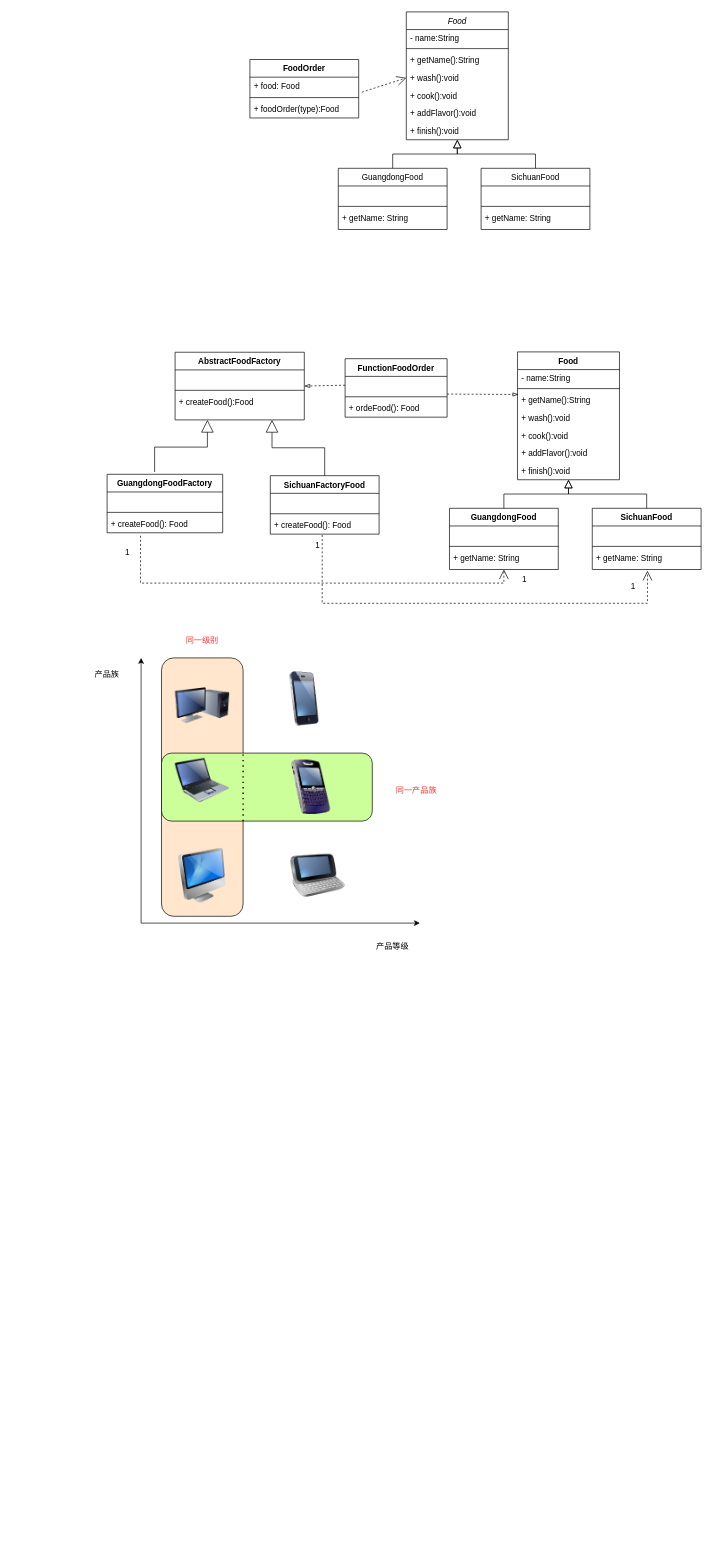
Before: pattern_design.drawio in choustark/j_pattern, a draw.io diagram. Source tidied: cells renumbered, new cells numbered last; positions are measured from the earlier drawing's top-left corner, leaving out a move shared by most shapes. Both pictures are drawn from the tidied source at 68%, with x=0, y=0 at pixel (86, 12).
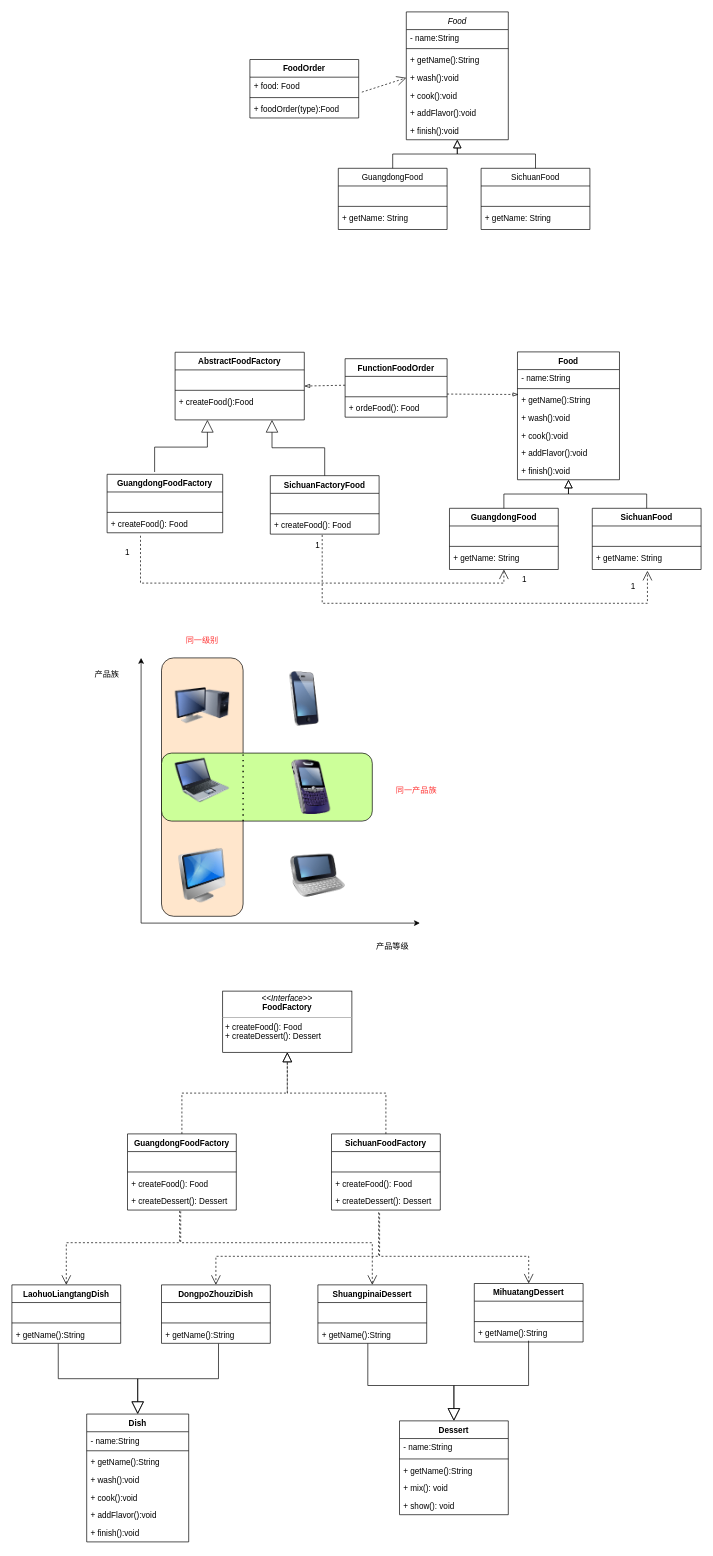
After the change.

What changed in the source:
```diff
@@
+    <mxCell id="84" value="&lt;p style=&quot;margin:0px;margin-top:4px;text-align:center;&quot;&gt;&lt;i&gt;&amp;lt;&amp;lt;Interface&amp;gt;&amp;gt;&lt;/i&gt;&lt;br&gt;&lt;b&gt;FoodFactory&lt;/b&gt;&lt;/p&gt;&lt;hr size=&quot;1&quot;&gt;&lt;p style=&quot;margin:0px;margin-left:4px;&quot;&gt;&lt;span style=&quot;background-color: initial;&quot;&gt;+ createFood(): Food&lt;/span&gt;&lt;br&gt;&lt;/p&gt;&lt;p style=&quot;margin:0px;margin-left:4px;&quot;&gt;+ createDessert(): Dessert&lt;/p&gt;" style="verticalAlign=top;align=left;overflow=fill;fontSize=12;fontFamily=Helvetica;html=1;labelBackgroundColor=none;strokeColor=#000000;fontColor=#000000;fillColor=#FFFFFF;" parent="1" vertex="1">
+      <mxGeometry x="200" y="1440" width="190" height="90" as="geometry" />
+    </mxCell>
+    <mxCell id="85" style="endArrow=block;dashed=1;endFill=0;endSize=12;html=1;rounded=0;fontColor=#000000;elbow=vertical;entryX=0.5;entryY=1;entryDx=0;entryDy=0;edgeStyle=orthogonalEdgeStyle;exitX=0.5;exitY=0;exitDx=0;exitDy=0;" parent="1" edge="1" source="87" target="84">
+      <mxGeometry relative="1" as="geometry" />
+    </mxCell>
+    <mxCell id="86" style="endArrow=block;dashed=1;endFill=0;endSize=12;html=1;rounded=0;fontColor=#000000;elbow=vertical;entryX=0.5;entryY=1;entryDx=0;entryDy=0;edgeStyle=orthogonalEdgeStyle;exitX=0.5;exitY=0;exitDx=0;exitDy=0;" parent="1" edge="1" source="92" target="84">
+      <mxGeometry relative="1" as="geometry">
+        <Array as="points">
+          <mxPoint x="440" y="1590" />
+          <mxPoint x="295" y="1590" />
+        </Array>
+      </mxGeometry>
+    </mxCell>
+    <mxCell id="87" value="GuangdongFoodFactory" style="swimlane;fontStyle=1;align=center;verticalAlign=top;horizontal=1;startSize=26;labelBackgroundColor=none;strokeColor=#000000;fontColor=#000000;fillColor=#FFFFFF;" parent="1" vertex="1">
+      <mxGeometry x="60" y="1650" width="160" height="112" as="geometry" />
+    </mxCell>
+    <mxCell id="88" value=" " style="text;strokeColor=none;fillColor=none;align=left;verticalAlign=top;spacingLeft=4;spacingRight=4;overflow=hidden;labelBackgroundColor=none;fontColor=#000000;" parent="87" vertex="1">
+      <mxGeometry y="26" width="160" height="26" as="geometry" />
+    </mxCell>
+    <mxCell id="89" style="line;strokeWidth=1;fillColor=none;align=left;verticalAlign=middle;spacingTop=-1;spacingLeft=3;spacingRight=3;labelPosition=right;strokeColor=inherit;labelBackgroundColor=none;fontColor=#000000;" parent="87" vertex="1">
+      <mxGeometry y="52" width="160" height="8" as="geometry" />
+    </mxCell>
+    <mxCell id="90" value="+ createFood(): Food" style="text;strokeColor=none;fillColor=none;align=left;verticalAlign=top;spacingLeft=4;spacingRight=4;overflow=hidden;labelBackgroundColor=none;fontColor=#000000;" parent="87" vertex="1">
+      <mxGeometry y="60" width="160" height="26" as="geometry" />
+    </mxCell>
+    <mxCell id="91" value="+ createDessert(): Dessert" style="text;strokeColor=none;fillColor=none;align=left;verticalAlign=top;spacingLeft=4;spacingRight=4;overflow=hidden;points=[[0,0.5],[1,0.5]];portConstraint=eastwest;labelBackgroundColor=none;fontColor=#000000;" parent="87" vertex="1">
+      <mxGeometry y="86" width="160" height="26" as="geometry" />
+    </mxCell>
+    <mxCell id="92" value="SichuanFoodFactory" style="swimlane;fontStyle=1;align=center;verticalAlign=top;horizontal=1;startSize=26;labelBackgroundColor=none;strokeColor=#000000;fontColor=#000000;fillColor=#FFFFFF;" parent="1" vertex="1">
+      <mxGeometry x="360" y="1650" width="160" height="112" as="geometry" />
+    </mxCell>
+    <mxCell id="93" value=" " style="text;strokeColor=none;fillColor=none;align=left;verticalAlign=top;spacingLeft=4;spacingRight=4;overflow=hidden;labelBackgroundColor=none;fontColor=#000000;" parent="92" vertex="1">
+      <mxGeometry y="26" width="160" height="26" as="geometry" />
+    </mxCell>
+    <mxCell id="94" style="line;strokeWidth=1;fillColor=none;align=left;verticalAlign=middle;spacingTop=-1;spacingLeft=3;spacingRight=3;labelPosition=right;strokeColor=inherit;labelBackgroundColor=none;fontColor=#000000;" parent="92" vertex="1">
+      <mxGeometry y="52" width="160" height="8" as="geometry" />
+    </mxCell>
+    <mxCell id="95" value="+ createFood(): Food" style="text;strokeColor=none;fillColor=none;align=left;verticalAlign=top;spacingLeft=4;spacingRight=4;overflow=hidden;labelBackgroundColor=none;fontColor=#000000;" parent="92" vertex="1">
+      <mxGeometry y="60" width="160" height="26" as="geometry" />
+    </mxCell>
+    <mxCell id="96" value="+ createDessert(): Dessert" style="text;strokeColor=none;fillColor=none;align=left;verticalAlign=top;spacingLeft=4;spacingRight=4;overflow=hidden;points=[[0,0.5],[1,0.5]];portConstraint=eastwest;labelBackgroundColor=none;fontColor=#000000;" parent="92" vertex="1">
+      <mxGeometry y="86" width="160" height="26" as="geometry" />
+    </mxCell>
+    <mxCell id="97" value="LaohuoLiangtangDish" style="swimlane;fontStyle=1;align=center;verticalAlign=top;horizontal=1;startSize=26;labelBackgroundColor=none;strokeColor=#000000;fontColor=#000000;fillColor=#FFFFFF;" parent="1" vertex="1">
+      <mxGeometry x="-110" y="1872" width="160" height="86" as="geometry" />
+    </mxCell>
+    <mxCell id="98" value=" " style="text;strokeColor=none;fillColor=none;align=left;verticalAlign=top;spacingLeft=4;spacingRight=4;overflow=hidden;labelBackgroundColor=none;fontColor=#000000;" parent="97" vertex="1">
+      <mxGeometry y="26" width="160" height="26" as="geometry" />
+    </mxCell>
+    <mxCell id="99" style="line;strokeWidth=1;fillColor=none;align=left;verticalAlign=middle;spacingTop=-1;spacingLeft=3;spacingRight=3;labelPosition=right;strokeColor=inherit;labelBackgroundColor=none;fontColor=#000000;" parent="97" vertex="1">
+      <mxGeometry y="52" width="160" height="8" as="geometry" />
+    </mxCell>
+    <mxCell id="100" value="+ getName():String" style="text;align=left;verticalAlign=top;spacingLeft=4;spacingRight=4;overflow=hidden;points=[[0,0.5],[1,0.5]];portConstraint=eastwest;rounded=0;shadow=0;html=0;" parent="97" vertex="1">
+      <mxGeometry y="60" width="160" height="26" as="geometry" />
+    </mxCell>
+    <mxCell id="101" value="DongpoZhouziDish" style="swimlane;fontStyle=1;align=center;verticalAlign=top;horizontal=1;startSize=26;labelBackgroundColor=none;strokeColor=#000000;fontColor=#000000;fillColor=#FFFFFF;" parent="1" vertex="1">
+      <mxGeometry x="110" y="1872" width="160" height="86" as="geometry" />
+    </mxCell>
+    <mxCell id="102" value=" " style="text;strokeColor=none;fillColor=none;align=left;verticalAlign=top;spacingLeft=4;spacingRight=4;overflow=hidden;labelBackgroundColor=none;fontColor=#000000;" parent="101" vertex="1">
+      <mxGeometry y="26" width="160" height="26" as="geometry" />
+    </mxCell>
+    <mxCell id="103" style="line;strokeWidth=1;fillColor=none;align=left;verticalAlign=middle;spacingTop=-1;spacingLeft=3;spacingRight=3;labelPosition=right;strokeColor=inherit;labelBackgroundColor=none;fontColor=#000000;" parent="101" vertex="1">
+      <mxGeometry y="52" width="160" height="8" as="geometry" />
+    </mxCell>
+    <mxCell id="104" value="+ getName():String" style="text;align=left;verticalAlign=top;spacingLeft=4;spacingRight=4;overflow=hidden;points=[[0,0.5],[1,0.5]];portConstraint=eastwest;rounded=0;shadow=0;html=0;" parent="101" vertex="1">
+      <mxGeometry y="60" width="160" height="26" as="geometry" />
+    </mxCell>
+    <mxCell id="105" value="ShuangpinaiDessert" style="swimlane;fontStyle=1;align=center;verticalAlign=top;horizontal=1;startSize=26;labelBackgroundColor=none;strokeColor=#000000;fontColor=#000000;fillColor=#FFFFFF;" parent="1" vertex="1">
+      <mxGeometry x="340" y="1872" width="160" height="86" as="geometry" />
+    </mxCell>
+    <mxCell id="106" value=" " style="text;strokeColor=none;fillColor=none;align=left;verticalAlign=top;spacingLeft=4;spacingRight=4;overflow=hidden;labelBackgroundColor=none;fontColor=#000000;" parent="105" vertex="1">
+      <mxGeometry y="26" width="160" height="26" as="geometry" />
+    </mxCell>
+    <mxCell id="107" style="line;strokeWidth=1;fillColor=none;align=left;verticalAlign=middle;spacingTop=-1;spacingLeft=3;spacingRight=3;labelPosition=right;strokeColor=inherit;labelBackgroundColor=none;fontColor=#000000;" parent="105" vertex="1">
+      <mxGeometry y="52" width="160" height="8" as="geometry" />
+    </mxCell>
+    <mxCell id="108" value="+ getName():String" style="text;align=left;verticalAlign=top;spacingLeft=4;spacingRight=4;overflow=hidden;points=[[0,0.5],[1,0.5]];portConstraint=eastwest;rounded=0;shadow=0;html=0;" parent="105" vertex="1">
+      <mxGeometry y="60" width="160" height="26" as="geometry" />
+    </mxCell>
+    <mxCell id="109" value="MihuatangDessert" style="swimlane;fontStyle=1;align=center;verticalAlign=top;horizontal=1;startSize=26;labelBackgroundColor=none;strokeColor=#000000;fontColor=#000000;fillColor=#FFFFFF;" parent="1" vertex="1">
+      <mxGeometry x="570" y="1870" width="160" height="86" as="geometry" />
+    </mxCell>
+    <mxCell id="110" value=" " style="text;strokeColor=none;fillColor=none;align=left;verticalAlign=top;spacingLeft=4;spacingRight=4;overflow=hidden;labelBackgroundColor=none;fontColor=#000000;" parent="109" vertex="1">
+      <mxGeometry y="26" width="160" height="26" as="geometry" />
+    </mxCell>
+    <mxCell id="111" style="line;strokeWidth=1;fillColor=none;align=left;verticalAlign=middle;spacingTop=-1;spacingLeft=3;spacingRight=3;labelPosition=right;strokeColor=inherit;labelBackgroundColor=none;fontColor=#000000;" parent="109" vertex="1">
+      <mxGeometry y="52" width="160" height="8" as="geometry" />
+    </mxCell>
+    <mxCell id="112" value="+ getName():String" style="text;align=left;verticalAlign=top;spacingLeft=4;spacingRight=4;overflow=hidden;points=[[0,0.5],[1,0.5]];portConstraint=eastwest;rounded=0;shadow=0;html=0;" parent="109" vertex="1">
+      <mxGeometry y="60" width="160" height="26" as="geometry" />
+    </mxCell>
+    <mxCell id="113" value="Dessert" style="swimlane;fontStyle=1;align=center;verticalAlign=top;horizontal=1;startSize=26;labelBackgroundColor=none;strokeColor=#000000;fontColor=#000000;fillColor=#FFFFFF;" parent="1" vertex="1">
+      <mxGeometry x="460" y="2072" width="160" height="138" as="geometry" />
+    </mxCell>
+    <mxCell id="114" value="- name:String&#10;" style="text;strokeColor=none;fillColor=none;align=left;verticalAlign=top;spacingLeft=4;spacingRight=4;overflow=hidden;labelBackgroundColor=none;fontColor=#000000;" parent="113" vertex="1">
+      <mxGeometry y="26" width="160" height="26" as="geometry" />
+    </mxCell>
+    <mxCell id="115" style="line;strokeWidth=1;fillColor=none;align=left;verticalAlign=middle;spacingTop=-1;spacingLeft=3;spacingRight=3;labelPosition=right;strokeColor=inherit;labelBackgroundColor=none;fontColor=#000000;" parent="113" vertex="1">
+      <mxGeometry y="52" width="160" height="8" as="geometry" />
+    </mxCell>
+    <mxCell id="116" value="+ getName():String" style="text;align=left;verticalAlign=top;spacingLeft=4;spacingRight=4;overflow=hidden;rounded=0;shadow=0;html=0;" parent="113" vertex="1">
+      <mxGeometry y="60" width="160" height="26" as="geometry" />
+    </mxCell>
+    <mxCell id="117" value="+ mix(): void" style="text;strokeColor=none;fillColor=none;align=left;verticalAlign=top;spacingLeft=4;spacingRight=4;overflow=hidden;labelBackgroundColor=none;fontColor=#000000;" parent="113" vertex="1">
+      <mxGeometry y="86" width="160" height="26" as="geometry" />
+    </mxCell>
+    <mxCell id="118" value="+ show(): void" style="text;strokeColor=none;fillColor=none;align=left;verticalAlign=top;spacingLeft=4;spacingRight=4;overflow=hidden;labelBackgroundColor=none;fontColor=#000000;" parent="113" vertex="1">
+      <mxGeometry y="112" width="160" height="26" as="geometry" />
+    </mxCell>
+    <mxCell id="119" value="Dish" style="swimlane;fontStyle=1;align=center;verticalAlign=top;horizontal=1;startSize=26;rounded=0;shadow=0;strokeWidth=1;" parent="1" vertex="1">
+      <mxGeometry y="2062" width="150" height="188" as="geometry" />
+    </mxCell>
+    <mxCell id="120" value="- name:String&#10;" style="text;align=left;verticalAlign=top;spacingLeft=4;spacingRight=4;overflow=hidden;rounded=0;shadow=0;html=0;" parent="119" vertex="1">
+      <mxGeometry y="26" width="150" height="24" as="geometry" />
+    </mxCell>
+    <mxCell id="121" style="line;html=1;strokeWidth=1;align=left;verticalAlign=middle;spacingTop=-1;spacingLeft=3;spacingRight=3;labelPosition=right;" parent="119" vertex="1">
+      <mxGeometry y="50" width="150" height="8" as="geometry" />
+    </mxCell>
+    <mxCell id="122" value="+ getName():String" style="text;align=left;verticalAlign=top;spacingLeft=4;spacingRight=4;overflow=hidden;rounded=0;shadow=0;html=0;" parent="119" vertex="1">
+      <mxGeometry y="58" width="150" height="26" as="geometry" />
+    </mxCell>
+    <mxCell id="123" value="+ wash():void" style="text;align=left;verticalAlign=top;spacingLeft=4;spacingRight=4;overflow=hidden;rounded=0;shadow=0;html=0;" parent="119" vertex="1">
+      <mxGeometry y="84" width="150" height="26" as="geometry" />
+    </mxCell>
+    <mxCell id="124" value="+ cook():void" style="text;align=left;verticalAlign=top;spacingLeft=4;spacingRight=4;overflow=hidden;rounded=0;shadow=0;html=0;" parent="119" vertex="1">
+      <mxGeometry y="110" width="150" height="26" as="geometry" />
+    </mxCell>
+    <mxCell id="125" value="+ addFlavor():void" style="text;align=left;verticalAlign=top;spacingLeft=4;spacingRight=4;overflow=hidden;rounded=0;shadow=0;html=0;" parent="119" vertex="1">
+      <mxGeometry y="136" width="150" height="26" as="geometry" />
+    </mxCell>
+    <mxCell id="126" value="+ finish():void" style="text;align=left;verticalAlign=top;spacingLeft=4;spacingRight=4;overflow=hidden;rounded=0;shadow=0;html=0;" parent="119" vertex="1">
+      <mxGeometry y="162" width="150" height="26" as="geometry" />
+    </mxCell>
+    <mxCell id="127" style="endArrow=open;endSize=12;dashed=1;html=1;rounded=0;fontColor=#000000;elbow=vertical;entryX=0.5;entryY=0;entryDx=0;entryDy=0;exitX=0.479;exitY=1.046;exitDx=0;exitDy=0;exitPerimeter=0;edgeStyle=orthogonalEdgeStyle;" parent="1" edge="1" source="91" target="97">
+      <mxGeometry relative="1" as="geometry">
+        <Array as="points">
+          <mxPoint x="137" y="1810" />
+          <mxPoint x="-30" y="1810" />
+        </Array>
+      </mxGeometry>
+    </mxCell>
+    <mxCell id="128" style="endArrow=open;endSize=12;dashed=1;html=1;rounded=0;fontColor=#000000;elbow=vertical;entryX=0.5;entryY=0;entryDx=0;entryDy=0;exitX=0.489;exitY=1.077;exitDx=0;exitDy=0;exitPerimeter=0;edgeStyle=orthogonalEdgeStyle;" parent="1" edge="1" source="91" target="105">
+      <mxGeometry relative="1" as="geometry">
+        <Array as="points">
+          <mxPoint x="138" y="1810" />
+          <mxPoint x="420" y="1810" />
+        </Array>
+      </mxGeometry>
+    </mxCell>
+    <mxCell id="129" style="endArrow=open;endSize=12;dashed=1;html=1;rounded=0;fontColor=#000000;elbow=vertical;entryX=0.5;entryY=0;entryDx=0;entryDy=0;exitX=0.433;exitY=1.128;exitDx=0;exitDy=0;exitPerimeter=0;edgeStyle=orthogonalEdgeStyle;" parent="1" edge="1" source="96" target="101">
+      <mxGeometry relative="1" as="geometry">
+        <Array as="points">
+          <mxPoint x="429" y="1830" />
+          <mxPoint x="190" y="1830" />
+        </Array>
+      </mxGeometry>
+    </mxCell>
+    <mxCell id="130" style="endArrow=open;endSize=12;dashed=1;html=1;rounded=0;fontColor=#000000;elbow=vertical;entryX=0.5;entryY=0;entryDx=0;entryDy=0;exitX=0.442;exitY=1.179;exitDx=0;exitDy=0;exitPerimeter=0;edgeStyle=orthogonalEdgeStyle;" parent="1" edge="1" source="96" target="109">
+      <mxGeometry relative="1" as="geometry">
+        <Array as="points">
+          <mxPoint x="431" y="1830" />
+          <mxPoint x="650" y="1830" />
+        </Array>
+      </mxGeometry>
+    </mxCell>
+    <mxCell id="131" style="endArrow=block;endSize=16;endFill=0;html=1;rounded=0;fontColor=#000000;elbow=vertical;entryX=0.5;entryY=0;entryDx=0;entryDy=0;exitX=0.524;exitY=1.018;exitDx=0;exitDy=0;exitPerimeter=0;edgeStyle=orthogonalEdgeStyle;" parent="1" edge="1" source="104" target="119">
+      <mxGeometry relative="1" as="geometry" />
+    </mxCell>
+    <mxCell id="132" style="endArrow=block;endSize=16;endFill=0;html=1;rounded=0;fontColor=#000000;elbow=vertical;entryX=0.5;entryY=0;entryDx=0;entryDy=0;exitX=0.426;exitY=1.018;exitDx=0;exitDy=0;exitPerimeter=0;edgeStyle=orthogonalEdgeStyle;" parent="1" edge="1" source="100" target="119">
+      <mxGeometry relative="1" as="geometry" />
+    </mxCell>
+    <mxCell id="133" style="endArrow=block;endSize=16;endFill=0;html=1;rounded=0;fontColor=#000000;elbow=vertical;entryX=0.5;entryY=0;entryDx=0;entryDy=0;edgeStyle=orthogonalEdgeStyle;exitX=0.499;exitY=0.926;exitDx=0;exitDy=0;exitPerimeter=0;" parent="1" edge="1" source="112" target="113">
+      <mxGeometry relative="1" as="geometry">
+        <Array as="points">
+          <mxPoint x="650" y="2020" />
+          <mxPoint x="540" y="2020" />
+        </Array>
+      </mxGeometry>
+    </mxCell>
+    <mxCell id="134" style="endArrow=block;endSize=16;endFill=0;html=1;rounded=0;fontColor=#000000;elbow=vertical;entryX=0.5;entryY=0;entryDx=0;entryDy=0;edgeStyle=orthogonalEdgeStyle;exitX=0.459;exitY=1.005;exitDx=0;exitDy=0;exitPerimeter=0;" parent="1" edge="1" source="108" target="113">
+      <mxGeometry relative="1" as="geometry">
+        <Array as="points">
+          <mxPoint x="413" y="2020" />
+          <mxPoint x="540" y="2020" />
+        </Array>
+      </mxGeometry>
+    </mxCell>
```
